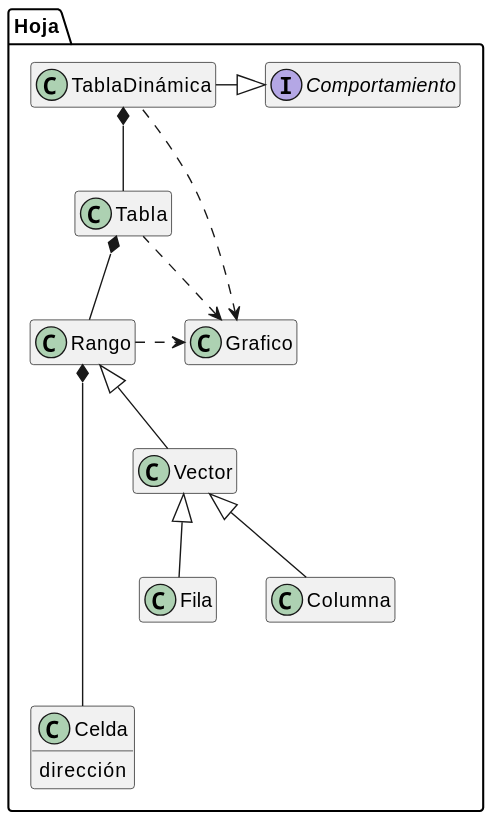
The PlantUML diagram images/modelosUML/docs/UMLdocs/esquema000.svg in mmasias/hdC, before a commit.
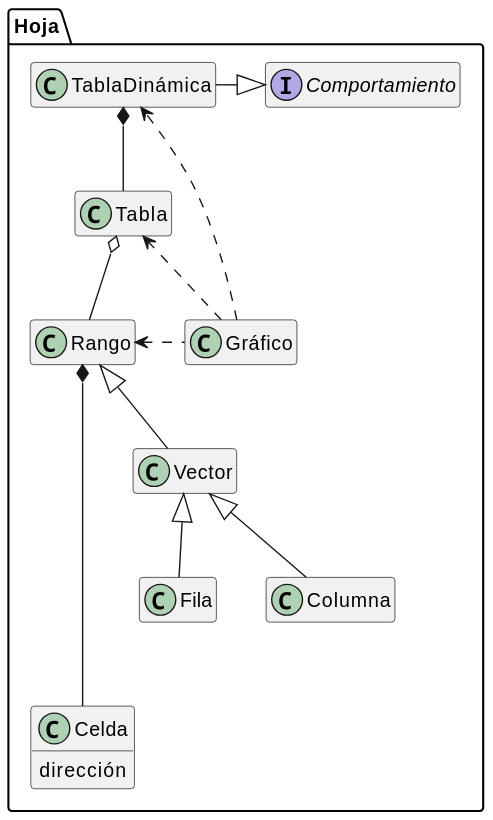
Later version of the same file.

What changed in the source:
```diff
@@ -7,12 +7,12 @@
     Rango <|-- Vector
     Vector <|-- Fila
     Vector <|-- Columna
-    Tabla *-d- Rango
+    Tabla o-d- Rango
     TablaDinámica *-d- Tabla
     TablaDinámica -r-|> Comportamiento
-    Grafico <.l. Rango
-    Grafico <.. Tabla
-    Grafico <.. TablaDinámica
+    Gráfico .l.> Rango
+    Gráfico ..> Tabla
+    Gráfico ..> TablaDinámica
 }
 
 class Celda{
```
